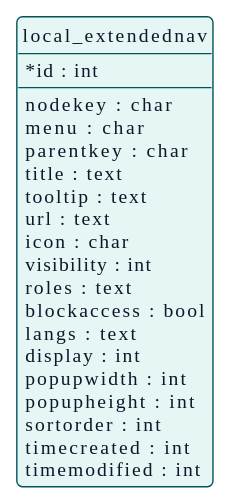
Above: docs/es/technical/design/data-model/data-model.svg in didactika/moodle-local_extendednav (PlantUML), before the change. The source it was exported from:
```plantuml
@startuml
!theme plain
skinparam backgroundColor #FFFFFF
skinparam defaultFontName IBM Plex Sans
skinparam defaultFontSize 14
skinparam defaultFontColor #0F172A
skinparam shadowing false
skinparam packageStyle rectangle
skinparam ArrowFontSize 12
skinparam ClassAttributeIconSize 0
skinparam roundCorner 8
skinparam ArrowColor #475569
skinparam ArrowFontColor #0F172A
skinparam NoteBackgroundColor #FDF3DC
skinparam NoteBorderColor #00555A
skinparam NoteFontColor #0F172A
skinparam class {
  BackgroundColor #E6F6F4
  BorderColor #00555A
  FontColor #0F172A
}
skinparam entity {
  BackgroundColor #E6F6F4
  BorderColor #00555A
  FontColor #0F172A
}
skinparam participant {
  BackgroundColor #E6F6F4
  BorderColor #00555A
  FontColor #0F172A
}
skinparam actor {
  BackgroundColor #E6F6F4
  BorderColor #00555A
  FontColor #0F172A
}
skinparam database {
  BackgroundColor #E6F6F4
  BorderColor #00555A
  FontColor #0F172A
}
skinparam component {
  BackgroundColor #E6F6F4
  BorderColor #00555A
  FontColor #0F172A
}
skinparam node {
  BackgroundColor #E6F6F4
  BorderColor #00555A
  FontColor #0F172A
}
skinparam usecase {
  BackgroundColor #E6F6F4
  BorderColor #00555A
  FontColor #0F172A
}
skinparam interface {
  BackgroundColor #E6F6F4
  BorderColor #00555A
  FontColor #0F172A
}
skinparam state {
  BackgroundColor #E6F6F4
  BorderColor #00555A
  FontColor #0F172A
  StartColor #475569
  EndColor #475569
  ArrowColor #475569
}
skinparam package {
  BackgroundColor #F1F5F9
  BorderColor #00555A
  FontColor #0F172A
}
skinparam sequence {
  LifeLineBorderColor #475569
  LifeLineBackgroundColor #E6F6F4
  ArrowColor #475569
  GroupBorderColor #00555A
  GroupBackgroundColor #F1F5F9
}
skinparam package<<level1>> {
  BackgroundColor #A7DDD5
  BorderColor #00555A
  FontColor #0F172A
}
skinparam package<<level2>> {
  BackgroundColor #C8EEE9
  BorderColor #00555A
  FontColor #0F172A
}
skinparam package<<level3>> {
  BackgroundColor #E6F6F4
  BorderColor #00555A
  FontColor #0F172A
}
skinparam package<<level4>> {
  BackgroundColor #F4FBFA
  BorderColor #00555A
  FontColor #0F172A
}
hide <<level1>> stereotype
hide <<level2>> stereotype
hide <<level3>> stereotype
hide <<level4>> stereotype
hide circle
skinparam linetype polyline

entity local_extendednav {
  * id : int
  --
  nodekey : char
  menu : char
  parentkey : char
  title : text
  tooltip : text
  url : text
  icon : char
  visibility : int
  roles : text
  blockaccess : bool
  langs : text
  display : int
  popupwidth : int
  popupheight : int
  sortorder : int
  timecreated : int
  timemodified : int
}
@enduml
```
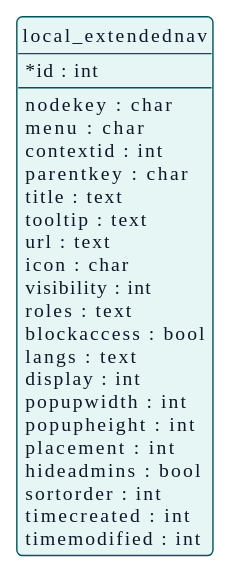
The same diagram one commit later.

The edit, as a diff of the source:
```diff
@@ -111,6 +111,7 @@
   --
   nodekey : char
   menu : char
+  contextid : int
   parentkey : char
   title : text
   tooltip : text
@@ -123,6 +124,8 @@
   display : int
   popupwidth : int
   popupheight : int
+  placement : int
+  hideadmins : bool
   sortorder : int
   timecreated : int
   timemodified : int
```
